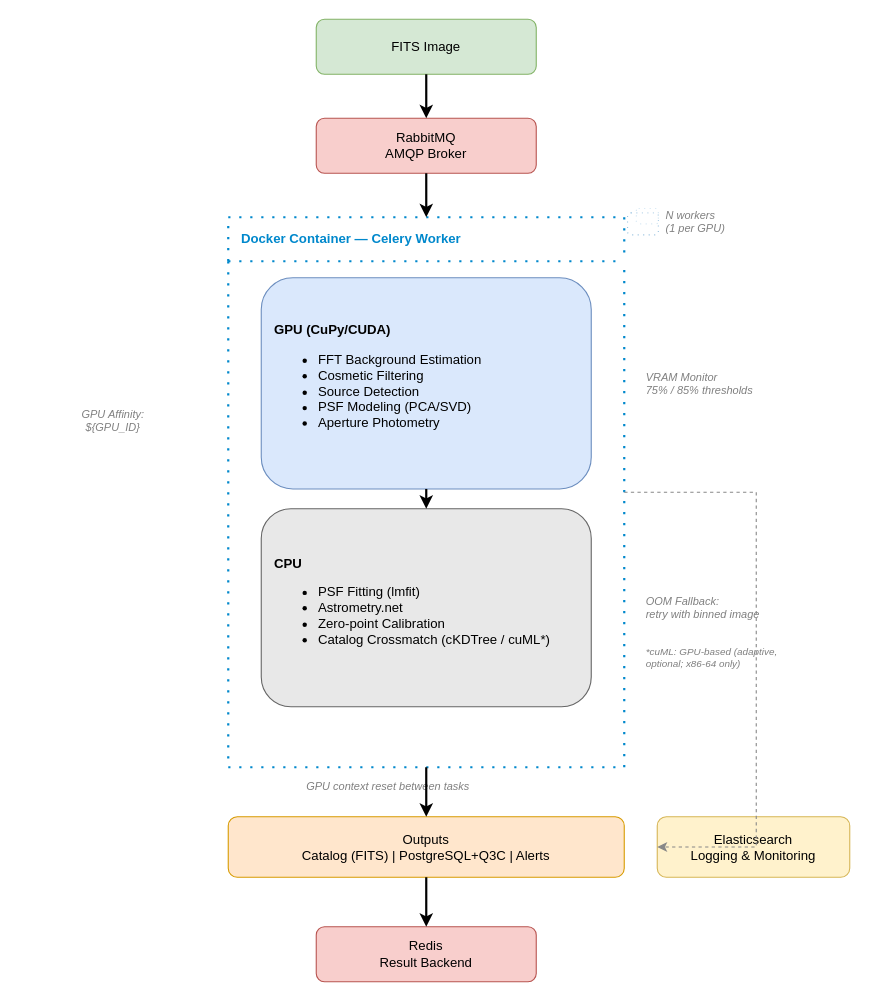
This is GPUPhot.drawio.xml from Light-Bridges/GPUPhot, a draw.io file, before an edit. Source tidied: cells renumbered, new cells numbered last; positions are measured from the earlier drawing's top-left corner, leaving out a move shared by most shapes. Both pictures are drawn from the tidied source at 110%, with x=0, y=0 at pixel (19, 19).
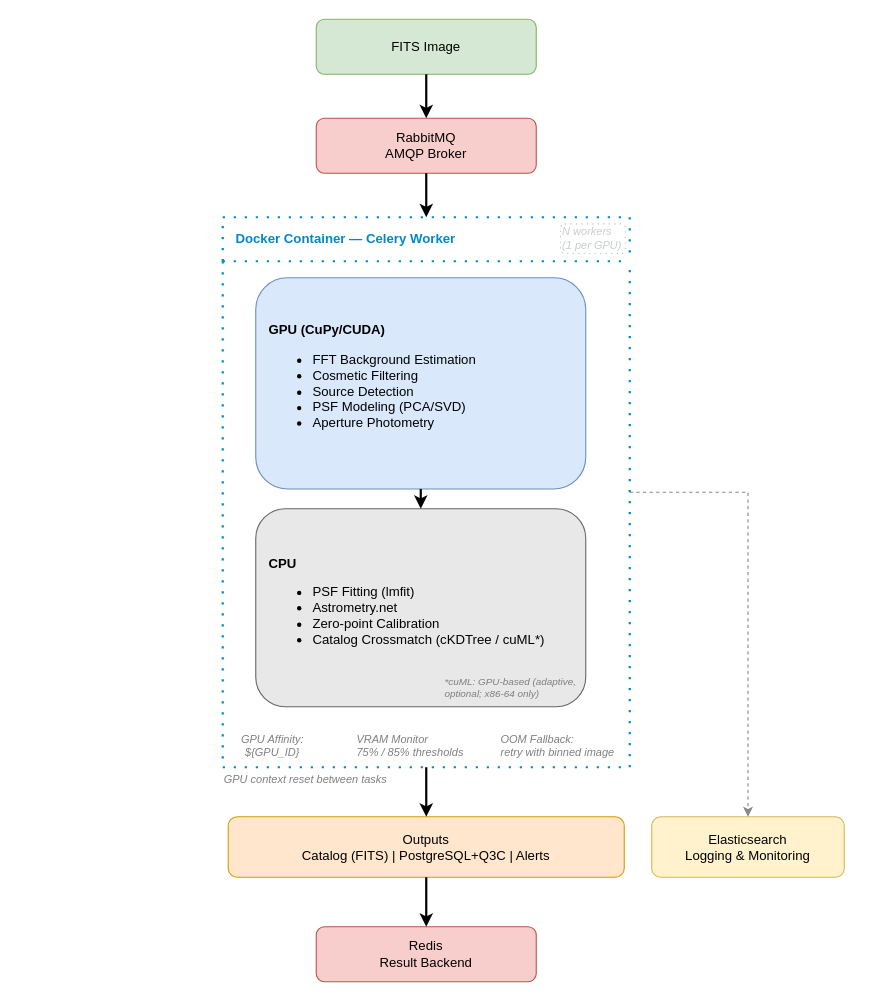
The same page after the edit.

Change to the diagram source:
```diff
@@
     <mxCell id="4" value="&lt;b&gt;Docker Container — Celery Worker&lt;/b&gt;" style="swimlane;whiteSpace=wrap;html=1;dashed=1;dashPattern=1 4;strokeColor=#0088cc;fillColor=none;fontColor=#0088cc;startSize=40;strokeWidth=2;align=left;spacingLeft=10;" parent="1" vertex="1">
-      <mxGeometry x="190" y="180" width="360" height="500" as="geometry" />
+      <mxGeometry x="185" y="180" width="370" height="500" as="geometry" />
     </mxCell>
@@
-    <mxCell id="8" value="GPU Affinity:&#10;${GPU_ID}" style="text;html=1;align=center;verticalAlign=middle;strokeColor=none;fillColor=none;fontColor=#7F7F7F;fontStyle=2;fontSize=10;" parent="1" vertex="1">
-      <mxGeometry y="348" width="170" height="34" as="geometry" />
+    <mxCell id="8" value="GPU Affinity:&#10;${GPU_ID}" style="text;html=1;align=center;verticalAlign=middle;strokeColor=none;fillColor=none;fontColor=#7F7F7F;fontStyle=2;fontSize=10;" parent="4" vertex="1">
+      <mxGeometry x="-40" y="463" width="170" height="34" as="geometry" />
     </mxCell>
+    <mxCell id="15" value="N workers&#10;(1 per GPU)" style="text;html=1;align=left;verticalAlign=middle;strokeColor=none;fillColor=none;fontColor=#7F7F7F;fontStyle=2;fontSize=10;" parent="4" vertex="1">
+      <mxGeometry x="307" y="3.5" width="112" height="30" as="geometry" />
+    </mxCell>
+    <mxCell id="13" style="rounded=1;whiteSpace=wrap;html=1;dashed=1;dashPattern=1 4;strokeColor=#5599cc;strokeWidth=1;fillColor=white;opacity=60;" parent="4" vertex="1">
+      <mxGeometry x="307" y="6" width="59" height="27" as="geometry" />
+    </mxCell>
-    <mxCell id="9" value="VRAM Monitor&#10;75% / 85% thresholds" style="text;html=1;align=left;verticalAlign=middle;strokeColor=none;fillColor=none;fontColor=#7F7F7F;fontStyle=2;fontSize=10;" parent="1" vertex="1">
-      <mxGeometry x="568" y="311" width="158" height="40" as="geometry" />
+    <mxCell id="9" value="VRAM Monitor&#10;75% / 85% thresholds" style="text;html=1;align=left;verticalAlign=middle;strokeColor=none;fillColor=none;fontColor=#7F7F7F;fontStyle=2;fontSize=10;" parent="4" vertex="1">
+      <mxGeometry x="120" y="460" width="158" height="40" as="geometry" />
     </mxCell>
-    <mxCell id="10" value="OOM Fallback:&#10;retry with binned image" style="text;html=1;align=left;verticalAlign=middle;strokeColor=none;fillColor=none;fontColor=#7F7F7F;fontStyle=2;fontSize=10;" parent="1" vertex="1">
-      <mxGeometry x="568" y="515" width="158" height="40" as="geometry" />
+    <mxCell id="10" value="OOM Fallback:&#10;retry with binned image" style="text;html=1;align=left;verticalAlign=middle;strokeColor=none;fillColor=none;fontColor=#7F7F7F;fontStyle=2;fontSize=10;" parent="4" vertex="1">
+      <mxGeometry x="251" y="460" width="158" height="40" as="geometry" />
     </mxCell>
-    <mxCell id="11" value="*cuML: GPU-based (adaptive,&#10;optional; x86-64 only)" style="text;html=1;align=left;verticalAlign=middle;strokeColor=none;fillColor=none;fontColor=#7F7F7F;fontStyle=2;fontSize=9;" parent="1" vertex="1">
-      <mxGeometry x="568" y="563" width="162" height="34" as="geometry" />
+    <mxCell id="11" value="*cuML: GPU-based (adaptive,&#10;optional; x86-64 only)" style="text;html=1;align=left;verticalAlign=middle;strokeColor=none;fillColor=none;fontColor=#7F7F7F;fontStyle=2;fontSize=9;" parent="4" vertex="1">
+      <mxGeometry x="200" y="411" width="162" height="34" as="geometry" />
     </mxCell>
     <mxCell id="12" value="GPU context reset between tasks" style="text;html=1;align=center;verticalAlign=middle;strokeColor=none;fillColor=none;fontColor=#7F7F7F;fontStyle=2;fontSize=10;" parent="1" vertex="1">
-      <mxGeometry x="190" y="686" width="290" height="22" as="geometry" />
+      <mxGeometry x="115" y="680" width="290" height="22" as="geometry" />
     </mxCell>
-    <mxCell id="13" style="rounded=1;whiteSpace=wrap;html=1;dashed=1;dashPattern=1 4;strokeColor=#5599cc;strokeWidth=1;fillColor=white;opacity=60;" parent="1" vertex="1">
-      <mxGeometry x="553" y="176" width="28" height="20" as="geometry" />
-    </mxCell>
-    <mxCell id="14" style="rounded=1;whiteSpace=wrap;html=1;dashed=1;dashPattern=1 4;strokeColor=#88bbdd;strokeWidth=1;fillColor=white;opacity=35;" parent="1" vertex="1">
-      <mxGeometry x="561" y="172" width="20" height="14" as="geometry" />
-    </mxCell>
-    <mxCell id="15" value="N workers&#10;(1 per GPU)" style="text;html=1;align=left;verticalAlign=middle;strokeColor=none;fillColor=none;fontColor=#7F7F7F;fontStyle=2;fontSize=10;" parent="1" vertex="1">
-      <mxGeometry x="586" y="169" width="112" height="30" as="geometry" />
-    </mxCell>
@@
     <mxCell id="18" value="Elasticsearch&#10;Logging &amp; Monitoring" style="rounded=1;whiteSpace=wrap;html=1;fillColor=#fff2cc;strokeColor=#d6b656;" parent="1" vertex="1">
-      <mxGeometry x="580" y="725" width="175" height="55" as="geometry" />
+      <mxGeometry x="575" y="725" width="175" height="55" as="geometry" />
     </mxCell>
@@
-    <mxCell id="23" style="edgeStyle=orthogonalEdgeStyle;rounded=0;jettySize=auto;html=1;exitX=1;exitY=0.5;exitDx=0;exitDy=0;entryX=0;entryY=0.5;entryDx=0;entryDy=0;dashed=1;strokeColor=#888888;" parent="1" edge="1" source="4" target="18">
-      <mxGeometry relative="1" as="geometry">
-        <Array as="points">
-          <mxPoint x="670" y="430" />
-          <mxPoint x="670" y="752" />
-        </Array>
-      </mxGeometry>
+    <mxCell id="23" style="rounded=0;jettySize=auto;html=1;exitX=1;exitY=0.5;exitDx=0;exitDy=0;entryX=0.5;entryY=0;entryDx=0;entryDy=0;dashed=1;strokeColor=#888888;edgeStyle=orthogonalEdgeStyle;" parent="1" edge="1" source="4" target="18">
+      <mxGeometry relative="1" as="geometry" />
     </mxCell>
```
